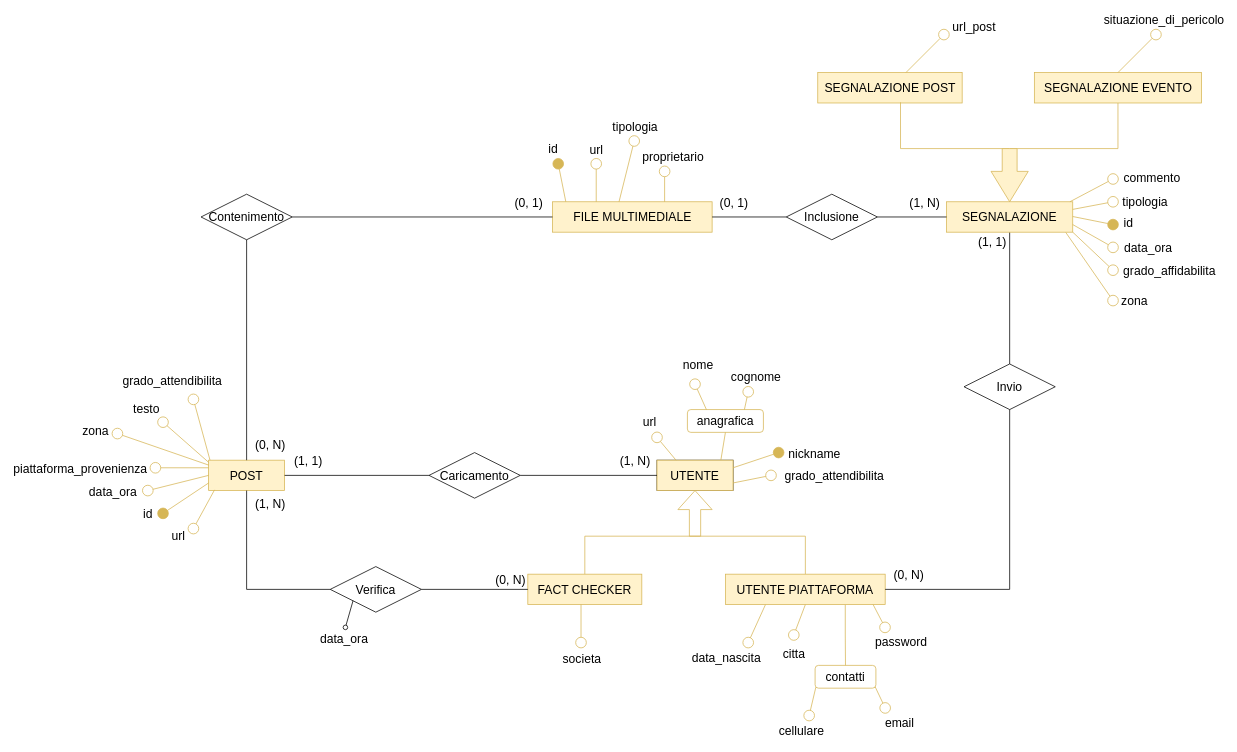
This is page "Diag. Social network" (6 of 7) of diagramma-er.drawio from faffolao/ProgettoBD2022, a draw.io file, before an edit. Source tidied: cells renumbered, new cells numbered last; positions are measured from the earlier drawing's top-left corner, leaving out a move shared by most shapes. Both pictures are drawn from the tidied source at 76%, with x=0, y=0 at pixel (117, 34).
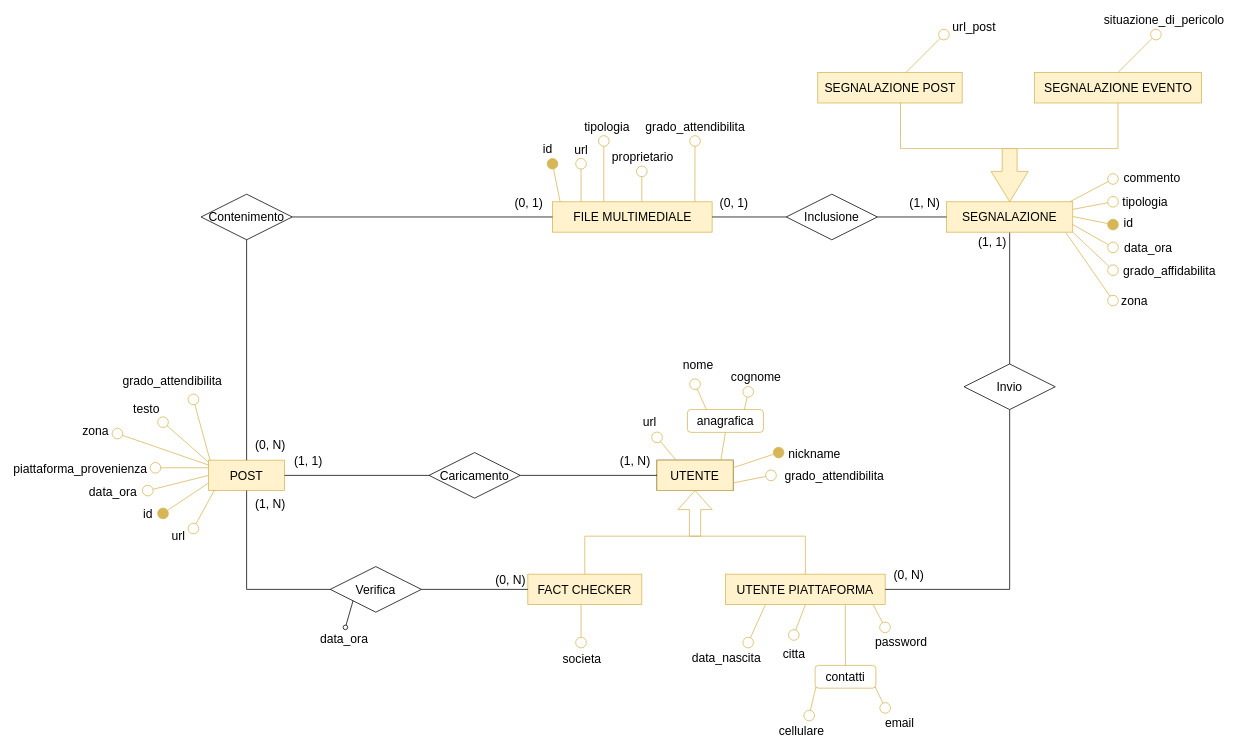
Above is the later version.

Commit message (it also covers changes not shown here):
aggiunto attributo grado attendibilità in file multimediale

Change to the diagram source:
```diff
@@
     <mxCell id="87" style="endArrow=oval;html=1;rounded=0;strokeColor=#d6b656;strokeWidth=1;fontSize=12;startSize=14;endSize=14;endFill=1;fillColor=#fff2cc;" parent="1" edge="1">
       <mxGeometry relative="1" as="geometry">
-        <mxPoint x="590" y="220" as="sourcePoint" />
-        <mxPoint x="580" y="170" as="targetPoint" />
+        <mxPoint x="582.5" y="220" as="sourcePoint" />
+        <mxPoint x="572.5" y="170" as="targetPoint" />
       </mxGeometry>
     </mxCell>
@@
     <mxCell id="89" style="endArrow=oval;html=1;rounded=0;strokeColor=#d6b656;strokeWidth=1;fontSize=12;startSize=14;endSize=14;endFill=0;fillColor=#fff2cc;" parent="1" edge="1">
       <mxGeometry relative="1" as="geometry">
-        <mxPoint x="630" y="220" as="sourcePoint" />
-        <mxPoint x="630" y="170" as="targetPoint" />
+        <mxPoint x="610" y="220" as="sourcePoint" />
+        <mxPoint x="610" y="170" as="targetPoint" />
       </mxGeometry>
     </mxCell>
@@
     <mxCell id="91" style="endArrow=oval;html=1;rounded=0;strokeColor=#d6b656;strokeWidth=1;fontSize=12;startSize=14;endSize=14;endFill=0;fillColor=#fff2cc;" parent="1" edge="1">
       <mxGeometry relative="1" as="geometry">
-        <mxPoint x="660" y="220" as="sourcePoint" />
-        <mxPoint x="680" y="140" as="targetPoint" />
+        <mxPoint x="640" y="220" as="sourcePoint" />
+        <mxPoint x="640" y="140" as="targetPoint" />
       </mxGeometry>
     </mxCell>
@@
     <mxCell id="93" style="endArrow=oval;html=1;rounded=0;strokeColor=#d6b656;strokeWidth=1;fontSize=12;startSize=14;endSize=14;endFill=0;fillColor=#fff2cc;" parent="1" edge="1">
       <mxGeometry relative="1" as="geometry">
-        <mxPoint x="720" y="220" as="sourcePoint" />
-        <mxPoint x="720" y="180" as="targetPoint" />
+        <mxPoint x="690" y="220" as="sourcePoint" />
+        <mxPoint x="690" y="180" as="targetPoint" />
       </mxGeometry>
     </mxCell>
     <mxCell id="94" value="proprietario" style="edgeLabel;html=1;align=center;verticalAlign=middle;fontSize=16;" parent="93" vertex="1">
       <mxGeometry x="0.54" relative="1" as="geometry">
-        <mxPoint x="10" y="-29" as="offset" />
+        <mxPoint y="-29" as="offset" />
       </mxGeometry>
     </mxCell>
@@
+    <mxCell id="106" style="endArrow=oval;html=1;rounded=0;strokeColor=#d6b656;strokeWidth=1;fontSize=12;startSize=14;endSize=14;endFill=0;fillColor=#fff2cc;" parent="1" edge="1">
+      <mxGeometry relative="1" as="geometry">
+        <mxPoint x="759.8" y="220" as="sourcePoint" />
+        <mxPoint x="760" y="140" as="targetPoint" />
+      </mxGeometry>
+    </mxCell>
+    <mxCell id="107" value="grado_attendibilita" style="edgeLabel;html=1;align=center;verticalAlign=middle;fontSize=16;" parent="106" vertex="1">
+      <mxGeometry x="0.54" relative="1" as="geometry">
+        <mxPoint y="-38" as="offset" />
+      </mxGeometry>
+    </mxCell>
```
